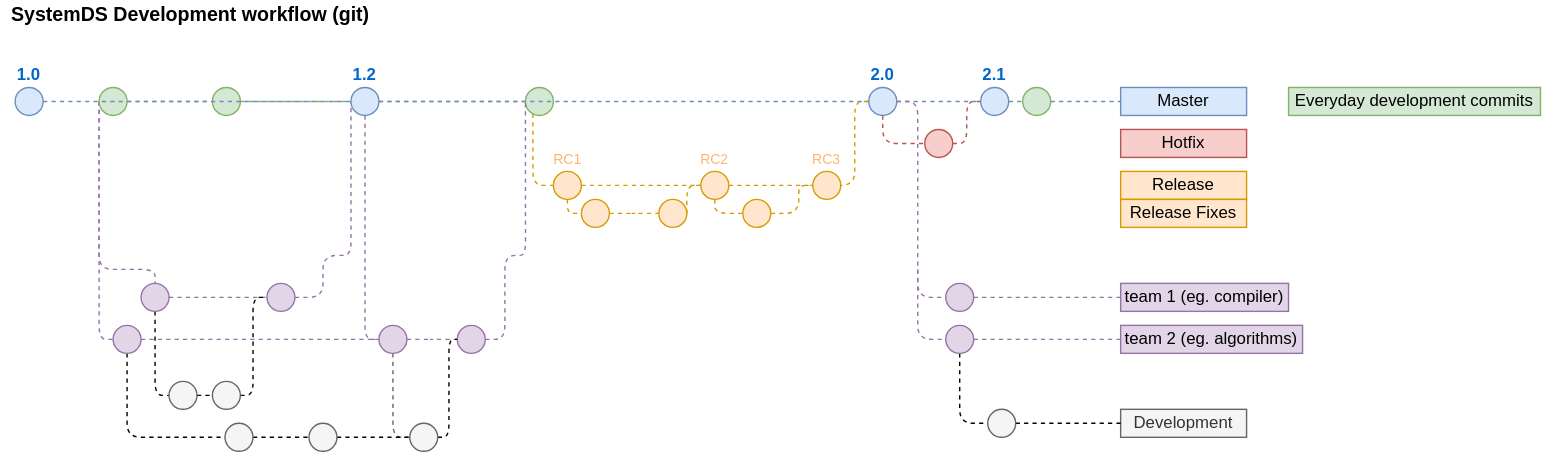
Above: git-flow-1.svg in j143/release-scripts (draw.io), before the change. Source tidied: cells renumbered, new cells last; positions are measured from the earlier drawing's top-left corner, leaving out a move shared by most shapes.
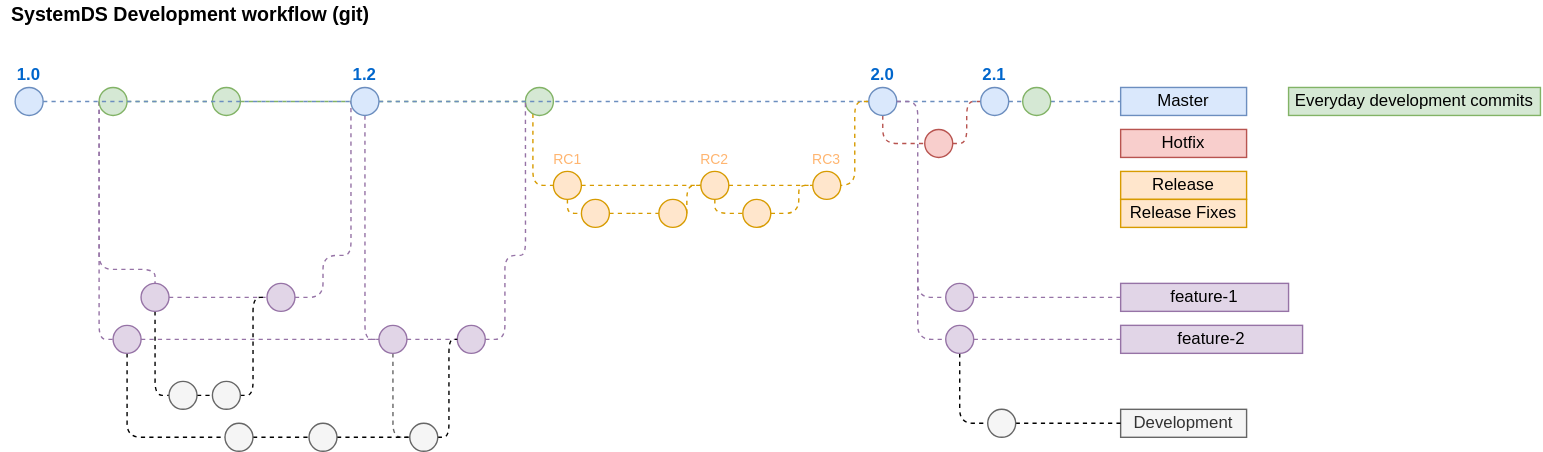
Later version of the same file.

Commit message:
Incorporate review comments. Use features instead of teams

Change to the diagram source:
```diff
@@ -187,10 +187,10 @@
     <mxCell id="42" style="ellipse;whiteSpace=wrap;html=1;fontSize=10;fillColor=#e1d5e7;strokeColor=#9673a6;" parent="1" vertex="1">
       <mxGeometry x="326" y="232" width="20" height="20" as="geometry" />
     </mxCell>
-    <mxCell id="43" value="team 1 (eg. compiler)" style="text;html=1;strokeColor=#9673a6;fillColor=#e1d5e7;align=center;verticalAlign=middle;whiteSpace=wrap;rounded=0;" parent="1" vertex="1">
+    <mxCell id="43" value="feature-1" style="text;html=1;strokeColor=#9673a6;fillColor=#e1d5e7;align=center;verticalAlign=middle;whiteSpace=wrap;rounded=0;" parent="1" vertex="1">
       <mxGeometry x="800" y="202" width="120" height="20" as="geometry" />
     </mxCell>
-    <mxCell id="44" value="team 2 (eg. algorithms)" style="text;html=1;strokeColor=#9673a6;fillColor=#e1d5e7;align=center;verticalAlign=middle;whiteSpace=wrap;rounded=0;" parent="1" vertex="1">
+    <mxCell id="44" value="feature-2" style="text;html=1;strokeColor=#9673a6;fillColor=#e1d5e7;align=center;verticalAlign=middle;whiteSpace=wrap;rounded=0;" parent="1" vertex="1">
       <mxGeometry x="800" y="232" width="130" height="20" as="geometry" />
     </mxCell>
     <mxCell id="45" style="edgeStyle=orthogonalEdgeStyle;rounded=1;jettySize=auto;html=1;dashed=1;endArrow=none;endFill=0;fontSize=12;fontColor=#FFB570;jumpStyle=arc;entryX=0;entryY=0.5;entryDx=0;entryDy=0;" parent="1" edge="1" source="46" target="33">
```
